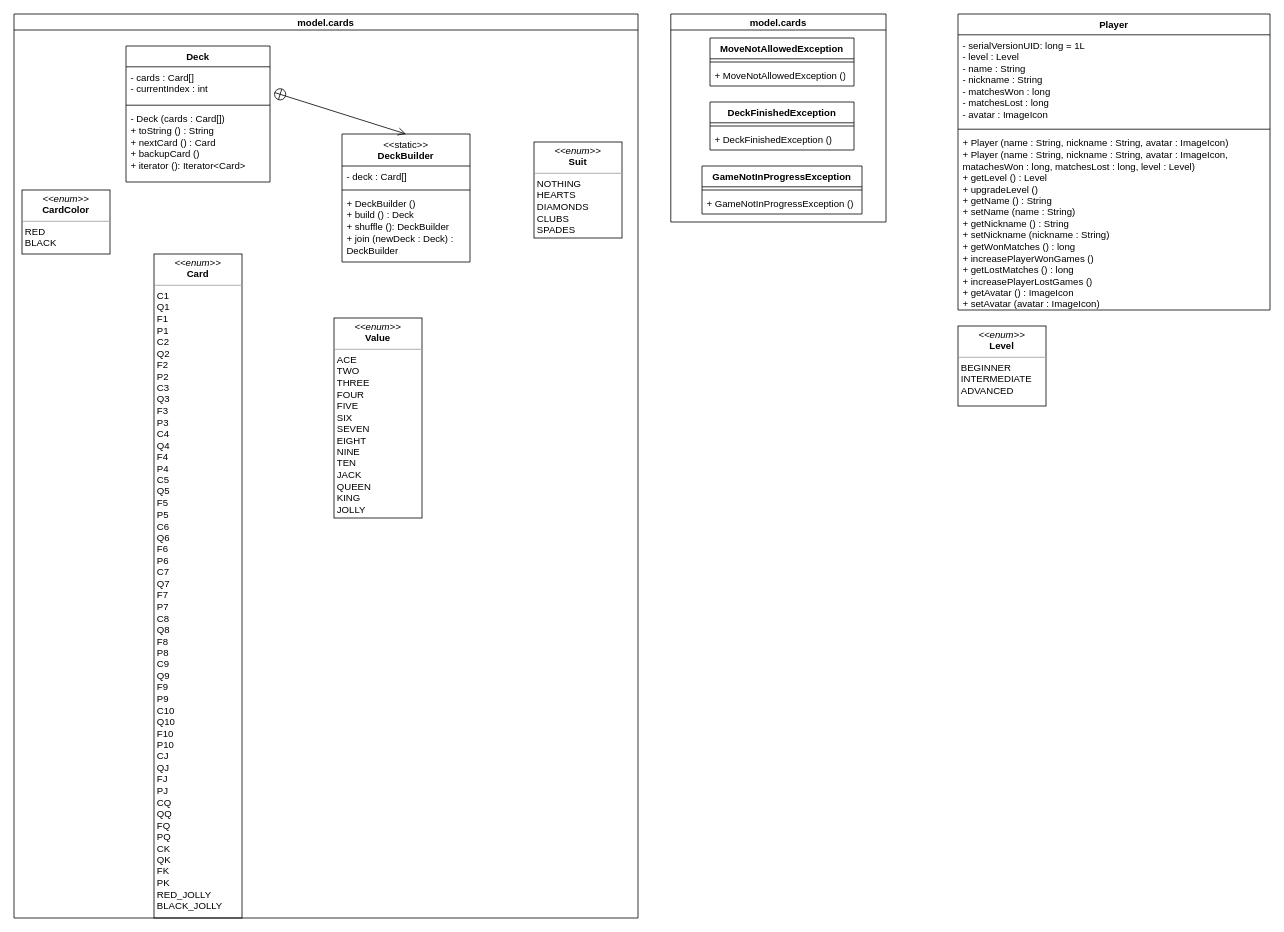
Before: page "Model" (3 of 3) of JTrash.drawio in TommasoBruni/JTrash, a draw.io diagram. Source tidied: cells renumbered, new cells numbered last; positions are measured from the earlier drawing's top-left corner, leaving out a move shared by most shapes. Both pictures are drawn from the tidied source at 80%, with x=0, y=0 at pixel (14, 14).
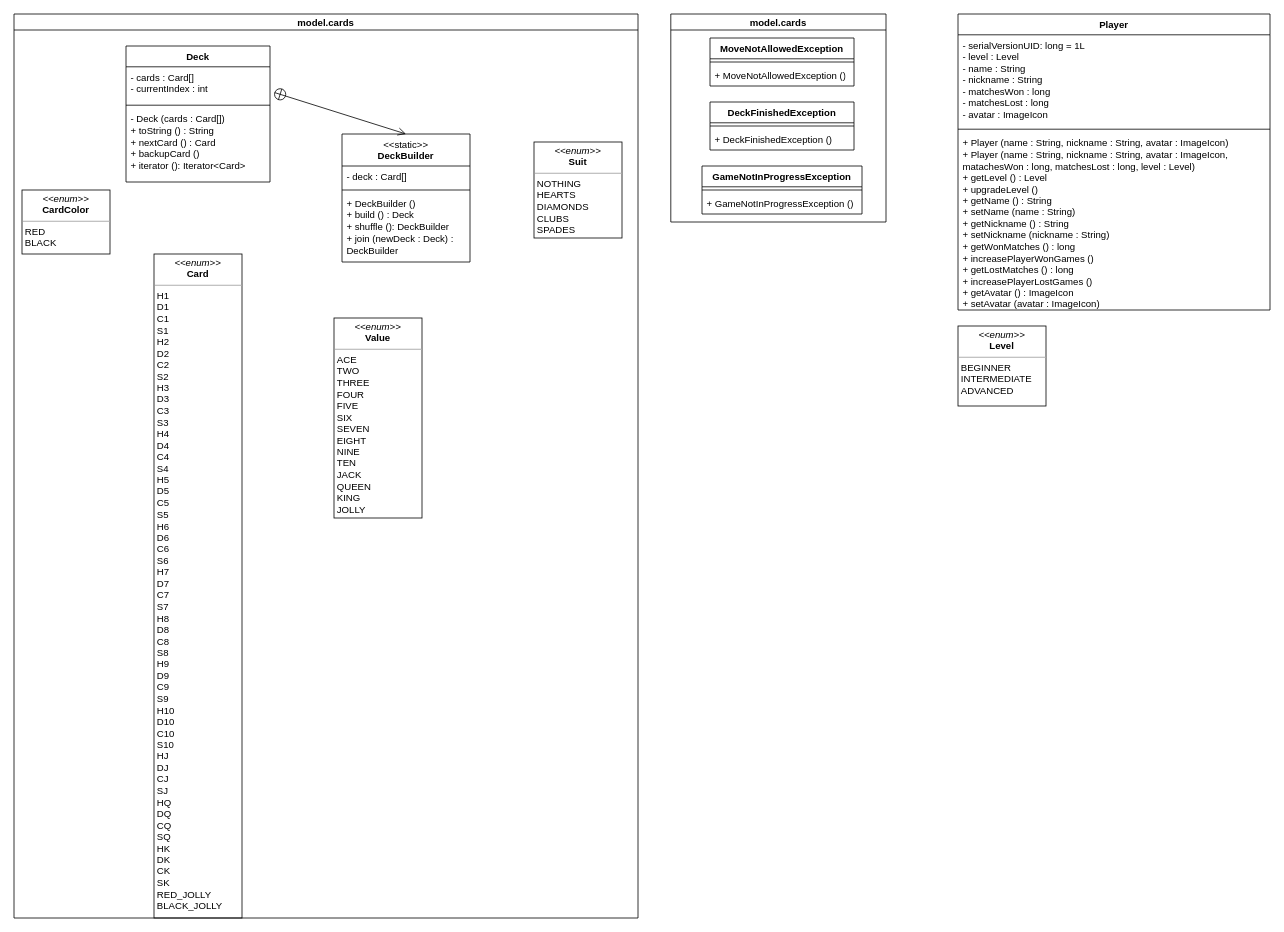
Above is the later version.

What changed in the source:
```diff
@@
-    <mxCell id="14" value="&lt;p style=&quot;margin:0px;margin-top:4px;text-align:center;&quot;&gt;&lt;i&gt;&amp;lt;&amp;lt;enum&amp;gt;&amp;gt;&lt;/i&gt;&lt;br&gt;&lt;b&gt;Card&lt;/b&gt;&lt;/p&gt;&lt;hr size=&quot;1&quot;&gt;&lt;p style=&quot;margin:0px;margin-left:4px;&quot;&gt;C1&lt;/p&gt;&lt;p style=&quot;margin:0px;margin-left:4px;&quot;&gt;Q1&lt;/p&gt;&lt;p style=&quot;margin:0px;margin-left:4px;&quot;&gt;F1&lt;/p&gt;&lt;p style=&quot;margin:0px;margin-left:4px;&quot;&gt;P1&lt;/p&gt;&lt;p style=&quot;margin:0px;margin-left:4px;&quot;&gt;C2&lt;/p&gt;&lt;p style=&quot;margin:0px;margin-left:4px;&quot;&gt;Q2&lt;/p&gt;&lt;p style=&quot;margin:0px;margin-left:4px;&quot;&gt;F2&lt;/p&gt;&lt;p style=&quot;margin:0px;margin-left:4px;&quot;&gt;P2&lt;/p&gt;&lt;p style=&quot;margin:0px;margin-left:4px;&quot;&gt;C3&lt;/p&gt;&lt;p style=&quot;margin:0px;margin-left:4px;&quot;&gt;Q3&lt;/p&gt;&lt;p style=&quot;margin:0px;margin-left:4px;&quot;&gt;F3&lt;/p&gt;&lt;p style=&quot;margin:0px;margin-left:4px;&quot;&gt;P3&lt;/p&gt;&lt;p style=&quot;margin:0px;margin-left:4px;&quot;&gt;C4&lt;/p&gt;&lt;p style=&quot;margin:0px;margin-left:4px;&quot;&gt;Q4&lt;/p&gt;&lt;p style=&quot;margin:0px;margin-left:4px;&quot;&gt;F4&lt;/p&gt;&lt;p style=&quot;margin:0px;margin-left:4px;&quot;&gt;P4&lt;/p&gt;&lt;p style=&quot;margin:0px;margin-left:4px;&quot;&gt;C5&lt;/p&gt;&lt;p style=&quot;margin:0px;margin-left:4px;&quot;&gt;Q5&lt;/p&gt;&lt;p style=&quot;margin:0px;margin-left:4px;&quot;&gt;F5&lt;/p&gt;&lt;p style=&quot;margin:0px;margin-left:4px;&quot;&gt;P5&lt;/p&gt;&lt;p style=&quot;margin:0px;margin-left:4px;&quot;&gt;C6&lt;/p&gt;&lt;p style=&quot;margin:0px;margin-left:4px;&quot;&gt;Q6&lt;/p&gt;&lt;p style=&quot;margin:0px;margin-left:4px;&quot;&gt;F6&lt;/p&gt;&lt;p style=&quot;margin:0px;margin-left:4px;&quot;&gt;P6&lt;/p&gt;&lt;p style=&quot;border-color: var(--border-color); margin: 0px 0px 0px 4px;&quot;&gt;C7&lt;/p&gt;&lt;p style=&quot;border-color: var(--border-color); margin: 0px 0px 0px 4px;&quot;&gt;Q7&lt;/p&gt;&lt;p style=&quot;border-color: var(--border-color); margin: 0px 0px 0px 4px;&quot;&gt;F7&lt;/p&gt;&lt;p style=&quot;border-color: var(--border-color); margin: 0px 0px 0px 4px;&quot;&gt;P7&lt;/p&gt;&lt;p style=&quot;border-color: var(--border-color); margin: 0px 0px 0px 4px;&quot;&gt;C8&lt;/p&gt;&lt;p style=&quot;border-color: var(--border-color); margin: 0px 0px 0px 4px;&quot;&gt;Q8&lt;/p&gt;&lt;p style=&quot;border-color: var(--border-color); margin: 0px 0px 0px 4px;&quot;&gt;F8&lt;/p&gt;&lt;p style=&quot;border-color: var(--border-color); margin: 0px 0px 0px 4px;&quot;&gt;P8&lt;/p&gt;&lt;p style=&quot;border-color: var(--border-color); margin: 0px 0px 0px 4px;&quot;&gt;C9&lt;/p&gt;&lt;p style=&quot;border-color: var(--border-color); margin: 0px 0px 0px 4px;&quot;&gt;Q9&lt;/p&gt;&lt;p style=&quot;border-color: var(--border-color); margin: 0px 0px 0px 4px;&quot;&gt;F9&lt;/p&gt;&lt;p style=&quot;border-color: var(--border-color); margin: 0px 0px 0px 4px;&quot;&gt;P9&lt;/p&gt;&lt;p style=&quot;border-color: var(--border-color); margin: 0px 0px 0px 4px;&quot;&gt;C10&lt;/p&gt;&lt;p style=&quot;border-color: var(--border-color); margin: 0px 0px 0px 4px;&quot;&gt;Q10&lt;/p&gt;&lt;p style=&quot;border-color: var(--border-color); margin: 0px 0px 0px 4px;&quot;&gt;F10&lt;/p&gt;&lt;p style=&quot;border-color: var(--border-color); margin: 0px 0px 0px 4px;&quot;&gt;P10&lt;/p&gt;&lt;p style=&quot;border-color: var(--border-color); margin: 0px 0px 0px 4px;&quot;&gt;CJ&lt;/p&gt;&lt;p style=&quot;border-color: var(--border-color); margin: 0px 0px 0px 4px;&quot;&gt;QJ&lt;/p&gt;&lt;p style=&quot;border-color: var(--border-color); margin: 0px 0px 0px 4px;&quot;&gt;FJ&lt;/p&gt;&lt;p style=&quot;border-color: var(--border-color); margin: 0px 0px 0px 4px;&quot;&gt;PJ&lt;/p&gt;&lt;p style=&quot;border-color: var(--border-color); margin: 0px 0px 0px 4px;&quot;&gt;CQ&lt;/p&gt;&lt;p style=&quot;border-color: var(--border-color); margin: 0px 0px 0px 4px;&quot;&gt;QQ&lt;/p&gt;&lt;p style=&quot;border-color: var(--border-color); margin: 0px 0px 0px 4px;&quot;&gt;FQ&lt;/p&gt;&lt;p style=&quot;border-color: var(--border-color); margin: 0px 0px 0px 4px;&quot;&gt;PQ&lt;/p&gt;&lt;p style=&quot;border-color: var(--border-color); margin: 0px 0px 0px 4px;&quot;&gt;CK&lt;/p&gt;&lt;p style=&quot;border-color: var(--border-color); margin: 0px 0px 0px 4px;&quot;&gt;QK&lt;/p&gt;&lt;p style=&quot;border-color: var(--border-color); margin: 0px 0px 0px 4px;&quot;&gt;FK&lt;/p&gt;&lt;p style=&quot;border-color: var(--border-color); margin: 0px 0px 0px 4px;&quot;&gt;PK&lt;/p&gt;&lt;p style=&quot;border-color: var(--border-color); margin: 0px 0px 0px 4px;&quot;&gt;RED_JOLLY&lt;/p&gt;&lt;p style=&quot;border-color: var(--border-color); margin: 0px 0px 0px 4px;&quot;&gt;BLACK_JOLLY&lt;/p&gt;&lt;p style=&quot;border-color: var(--border-color); margin: 0px 0px 0px 4px;&quot;&gt;&lt;br&gt;&lt;/p&gt;" style="verticalAlign=top;align=left;overflow=fill;fontSize=12;fontFamily=Helvetica;html=1;whiteSpace=wrap;" parent="1" vertex="1">
+    <mxCell id="14" value="&lt;p style=&quot;margin:0px;margin-top:4px;text-align:center;&quot;&gt;&lt;i&gt;&amp;lt;&amp;lt;enum&amp;gt;&amp;gt;&lt;/i&gt;&lt;br&gt;&lt;b&gt;Card&lt;/b&gt;&lt;/p&gt;&lt;hr size=&quot;1&quot;&gt;&lt;p style=&quot;margin:0px;margin-left:4px;&quot;&gt;H1&lt;/p&gt;&lt;p style=&quot;margin:0px;margin-left:4px;&quot;&gt;D1&lt;/p&gt;&lt;p style=&quot;margin:0px;margin-left:4px;&quot;&gt;C1&lt;/p&gt;&lt;p style=&quot;margin:0px;margin-left:4px;&quot;&gt;S1&lt;/p&gt;&lt;p style=&quot;margin:0px;margin-left:4px;&quot;&gt;H2&lt;/p&gt;&lt;p style=&quot;margin:0px;margin-left:4px;&quot;&gt;D2&lt;/p&gt;&lt;p style=&quot;margin:0px;margin-left:4px;&quot;&gt;C2&lt;/p&gt;&lt;p style=&quot;margin:0px;margin-left:4px;&quot;&gt;S2&lt;/p&gt;&lt;p style=&quot;margin:0px;margin-left:4px;&quot;&gt;H3&lt;/p&gt;&lt;p style=&quot;margin:0px;margin-left:4px;&quot;&gt;D3&lt;/p&gt;&lt;p style=&quot;margin:0px;margin-left:4px;&quot;&gt;C3&lt;/p&gt;&lt;p style=&quot;margin:0px;margin-left:4px;&quot;&gt;S3&lt;/p&gt;&lt;p style=&quot;margin:0px;margin-left:4px;&quot;&gt;H4&lt;/p&gt;&lt;p style=&quot;margin:0px;margin-left:4px;&quot;&gt;D4&lt;/p&gt;&lt;p style=&quot;margin:0px;margin-left:4px;&quot;&gt;C4&lt;/p&gt;&lt;p style=&quot;margin:0px;margin-left:4px;&quot;&gt;S4&lt;/p&gt;&lt;p style=&quot;margin:0px;margin-left:4px;&quot;&gt;H5&lt;/p&gt;&lt;p style=&quot;margin:0px;margin-left:4px;&quot;&gt;D5&lt;/p&gt;&lt;p style=&quot;margin:0px;margin-left:4px;&quot;&gt;C5&lt;/p&gt;&lt;p style=&quot;margin:0px;margin-left:4px;&quot;&gt;S5&lt;/p&gt;&lt;p style=&quot;margin:0px;margin-left:4px;&quot;&gt;H6&lt;/p&gt;&lt;p style=&quot;margin:0px;margin-left:4px;&quot;&gt;D6&lt;/p&gt;&lt;p style=&quot;margin:0px;margin-left:4px;&quot;&gt;C6&lt;/p&gt;&lt;p style=&quot;margin:0px;margin-left:4px;&quot;&gt;S6&lt;/p&gt;&lt;p style=&quot;border-color: var(--border-color); margin: 0px 0px 0px 4px;&quot;&gt;H7&lt;/p&gt;&lt;p style=&quot;border-color: var(--border-color); margin: 0px 0px 0px 4px;&quot;&gt;D7&lt;/p&gt;&lt;p style=&quot;border-color: var(--border-color); margin: 0px 0px 0px 4px;&quot;&gt;C7&lt;/p&gt;&lt;p style=&quot;border-color: var(--border-color); margin: 0px 0px 0px 4px;&quot;&gt;S7&lt;/p&gt;&lt;p style=&quot;border-color: var(--border-color); margin: 0px 0px 0px 4px;&quot;&gt;H8&lt;/p&gt;&lt;p style=&quot;border-color: var(--border-color); margin: 0px 0px 0px 4px;&quot;&gt;D8&lt;/p&gt;&lt;p style=&quot;border-color: var(--border-color); margin: 0px 0px 0px 4px;&quot;&gt;C8&lt;/p&gt;&lt;p style=&quot;border-color: var(--border-color); margin: 0px 0px 0px 4px;&quot;&gt;S8&lt;/p&gt;&lt;p style=&quot;border-color: var(--border-color); margin: 0px 0px 0px 4px;&quot;&gt;H9&lt;/p&gt;&lt;p style=&quot;border-color: var(--border-color); margin: 0px 0px 0px 4px;&quot;&gt;D9&lt;/p&gt;&lt;p style=&quot;border-color: var(--border-color); margin: 0px 0px 0px 4px;&quot;&gt;C9&lt;/p&gt;&lt;p style=&quot;border-color: var(--border-color); margin: 0px 0px 0px 4px;&quot;&gt;S9&lt;/p&gt;&lt;p style=&quot;border-color: var(--border-color); margin: 0px 0px 0px 4px;&quot;&gt;H10&lt;/p&gt;&lt;p style=&quot;border-color: var(--border-color); margin: 0px 0px 0px 4px;&quot;&gt;D10&lt;/p&gt;&lt;p style=&quot;border-color: var(--border-color); margin: 0px 0px 0px 4px;&quot;&gt;C10&lt;/p&gt;&lt;p style=&quot;border-color: var(--border-color); margin: 0px 0px 0px 4px;&quot;&gt;S10&lt;/p&gt;&lt;p style=&quot;border-color: var(--border-color); margin: 0px 0px 0px 4px;&quot;&gt;HJ&lt;/p&gt;&lt;p style=&quot;border-color: var(--border-color); margin: 0px 0px 0px 4px;&quot;&gt;DJ&lt;/p&gt;&lt;p style=&quot;border-color: var(--border-color); margin: 0px 0px 0px 4px;&quot;&gt;CJ&lt;/p&gt;&lt;p style=&quot;border-color: var(--border-color); margin: 0px 0px 0px 4px;&quot;&gt;SJ&lt;/p&gt;&lt;p style=&quot;border-color: var(--border-color); margin: 0px 0px 0px 4px;&quot;&gt;HQ&lt;/p&gt;&lt;p style=&quot;border-color: var(--border-color); margin: 0px 0px 0px 4px;&quot;&gt;DQ&lt;/p&gt;&lt;p style=&quot;border-color: var(--border-color); margin: 0px 0px 0px 4px;&quot;&gt;CQ&lt;/p&gt;&lt;p style=&quot;border-color: var(--border-color); margin: 0px 0px 0px 4px;&quot;&gt;SQ&lt;/p&gt;&lt;p style=&quot;border-color: var(--border-color); margin: 0px 0px 0px 4px;&quot;&gt;HK&lt;/p&gt;&lt;p style=&quot;border-color: var(--border-color); margin: 0px 0px 0px 4px;&quot;&gt;DK&lt;/p&gt;&lt;p style=&quot;border-color: var(--border-color); margin: 0px 0px 0px 4px;&quot;&gt;CK&lt;/p&gt;&lt;p style=&quot;border-color: var(--border-color); margin: 0px 0px 0px 4px;&quot;&gt;SK&lt;/p&gt;&lt;p style=&quot;border-color: var(--border-color); margin: 0px 0px 0px 4px;&quot;&gt;RED_JOLLY&lt;/p&gt;&lt;p style=&quot;border-color: var(--border-color); margin: 0px 0px 0px 4px;&quot;&gt;BLACK_JOLLY&lt;/p&gt;&lt;p style=&quot;border-color: var(--border-color); margin: 0px 0px 0px 4px;&quot;&gt;&lt;br&gt;&lt;/p&gt;" style="verticalAlign=top;align=left;overflow=fill;fontSize=12;fontFamily=Helvetica;html=1;whiteSpace=wrap;" parent="1" vertex="1">
       <mxGeometry x="175" y="300" width="110" height="830" as="geometry" />
     </mxCell>
```
